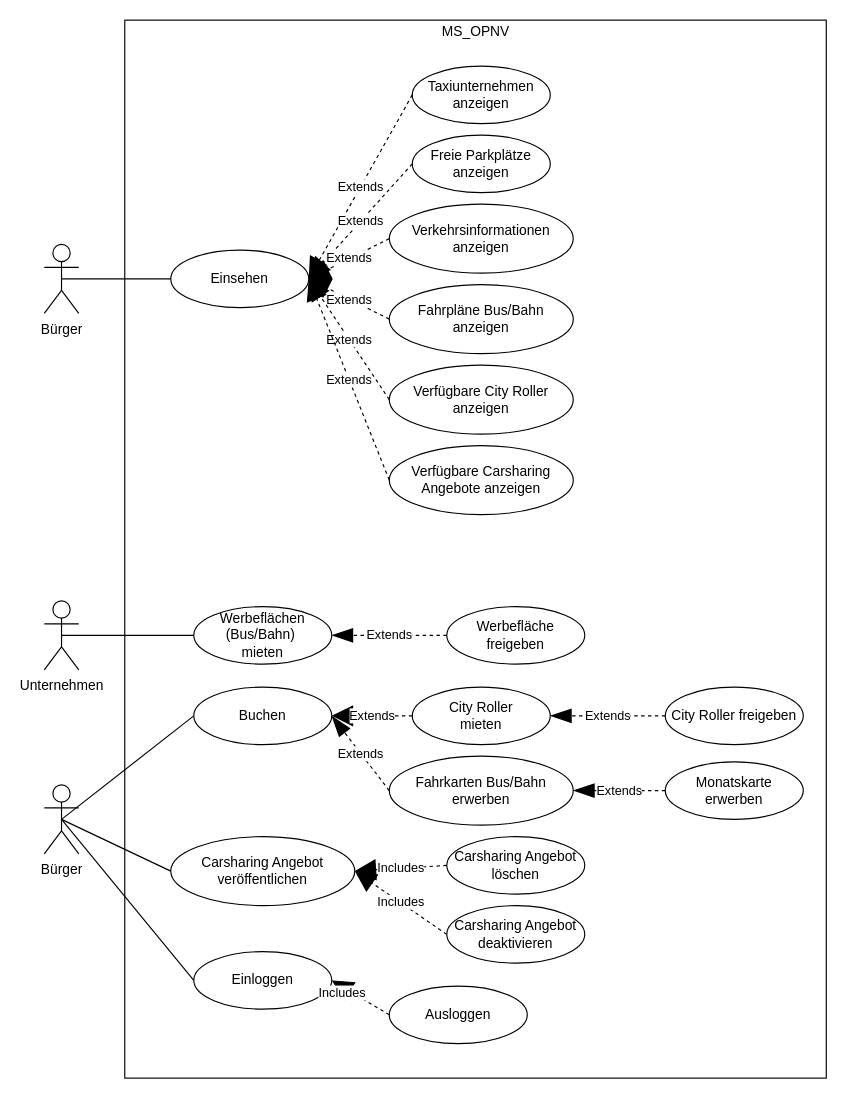
The draw.io diagram docs/alexander_bergmann/draw.io/UseCase.drawio in SGSE-2020/Spezifikation, before the edit. Source tidied: cells renumbered, new cells numbered last; positions are measured from the earlier drawing's top-left corner, leaving out a move shared by most shapes. Both pictures are drawn from the tidied source at 115%, with x=0, y=0 at pixel (44, 20).
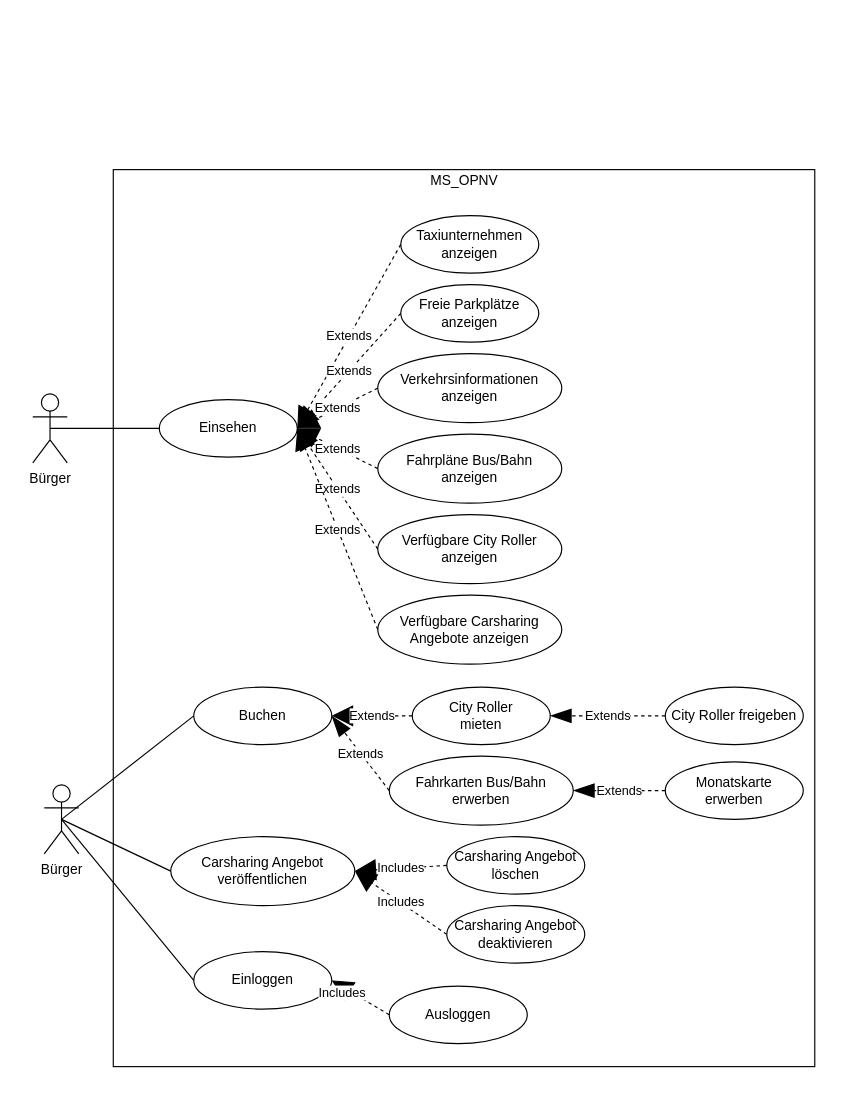
The same page after the edit.

Change to the diagram source:
```diff
@@
     <mxCell id="2" style="rounded=0;whiteSpace=wrap;html=1;" parent="1" vertex="1">
-      <mxGeometry x="70" width="610" height="920" as="geometry" />
+      <mxGeometry x="60" y="130" width="610" height="780" as="geometry" />
     </mxCell>
     <mxCell id="3" value="Bürger" style="shape=umlActor;verticalLabelPosition=bottom;labelBackgroundColor=#ffffff;verticalAlign=top;html=1;outlineConnect=0;" parent="1" vertex="1">
-      <mxGeometry y="195" width="30" height="60" as="geometry" />
+      <mxGeometry x="-10" y="325" width="30" height="60" as="geometry" />
     </mxCell>
     <mxCell id="4" value="Einsehen" style="ellipse;whiteSpace=wrap;html=1;" parent="1" vertex="1">
-      <mxGeometry x="110" y="200" width="120" height="50" as="geometry" />
+      <mxGeometry x="100" y="330" width="120" height="50" as="geometry" />
     </mxCell>
     <mxCell id="5" value="Taxiunternehmen&lt;br&gt;anzeigen" style="ellipse;whiteSpace=wrap;html=1;" parent="1" vertex="1">
-      <mxGeometry x="320" y="40" width="120" height="50" as="geometry" />
+      <mxGeometry x="310" y="170" width="120" height="50" as="geometry" />
     </mxCell>
     <mxCell id="6" value="Freie Parkplätze&lt;br&gt;anzeigen" style="ellipse;whiteSpace=wrap;html=1;" parent="1" vertex="1">
-      <mxGeometry x="320" y="100" width="120" height="50" as="geometry" />
+      <mxGeometry x="310" y="230" width="120" height="50" as="geometry" />
     </mxCell>
     <mxCell id="7" value="Verkehrsinformationen&lt;br&gt;anzeigen" style="ellipse;whiteSpace=wrap;html=1;" parent="1" vertex="1">
-      <mxGeometry x="300" y="160" width="160" height="60" as="geometry" />
+      <mxGeometry x="290" y="290" width="160" height="60" as="geometry" />
     </mxCell>
     <mxCell id="8" value="Fahrpläne Bus/Bahn&lt;br&gt;anzeigen" style="ellipse;whiteSpace=wrap;html=1;" parent="1" vertex="1">
-      <mxGeometry x="300" y="230" width="160" height="60" as="geometry" />
+      <mxGeometry x="290" y="360" width="160" height="60" as="geometry" />
     </mxCell>
@@
     <mxCell id="10" value="MS_OPNV" style="text;html=1;strokeColor=none;fillColor=none;align=center;verticalAlign=middle;whiteSpace=wrap;rounded=0;" parent="1" vertex="1">
-      <mxGeometry x="282.5" width="185" height="20" as="geometry" />
+      <mxGeometry x="272.5" y="130" width="185" height="20" as="geometry" />
     </mxCell>
@@
-    <mxCell id="12" value="Werbeflächen&lt;br&gt;(Bus/Bahn)&amp;nbsp;&lt;br&gt;mieten" style="ellipse;whiteSpace=wrap;html=1;" parent="1" vertex="1">
-      <mxGeometry x="130" y="510" width="120" height="50" as="geometry" />
-    </mxCell>
@@
     <mxCell id="16" value="Verfügbare City Roller&lt;br&gt;anzeigen" style="ellipse;whiteSpace=wrap;html=1;" parent="1" vertex="1">
-      <mxGeometry x="300" y="300" width="160" height="60" as="geometry" />
+      <mxGeometry x="290" y="430" width="160" height="60" as="geometry" />
     </mxCell>
     <mxCell id="17" value="Verfügbare Carsharing Angebote anzeigen" style="ellipse;whiteSpace=wrap;html=1;" parent="1" vertex="1">
-      <mxGeometry x="300" y="370" width="160" height="60" as="geometry" />
+      <mxGeometry x="290" y="500" width="160" height="60" as="geometry" />
     </mxCell>
@@
-    <mxCell id="29" value="Werbefläche freigeben" style="ellipse;whiteSpace=wrap;html=1;" parent="1" vertex="1">
-      <mxGeometry x="350" y="510" width="120" height="50" as="geometry" />
-    </mxCell>
@@
-    <mxCell id="32" value="Extends" style="endArrow=blockThin;endSize=16;endFill=1;html=1;exitX=0;exitY=0.5;exitDx=0;exitDy=0;entryX=1;entryY=0.5;entryDx=0;entryDy=0;startArrow=none;startFill=0;dashed=1;" parent="1" edge="1" source="29" target="12">
-      <mxGeometry relative="1" as="geometry" />
-    </mxCell>
@@
-    <mxCell id="41" value="Unternehmen" style="shape=umlActor;verticalLabelPosition=bottom;labelBackgroundColor=#ffffff;verticalAlign=top;html=1;outlineConnect=0;" parent="1" vertex="1">
-      <mxGeometry y="505" width="30" height="60" as="geometry" />
-    </mxCell>
-    <mxCell id="42" style="endArrow=none;html=1;exitX=0.5;exitY=0.5;exitDx=0;exitDy=0;exitPerimeter=0;entryX=0;entryY=0.5;entryDx=0;entryDy=0;" parent="1" edge="1" source="41" target="12">
-      <mxGeometry relative="1" as="geometry" />
-    </mxCell>
```
